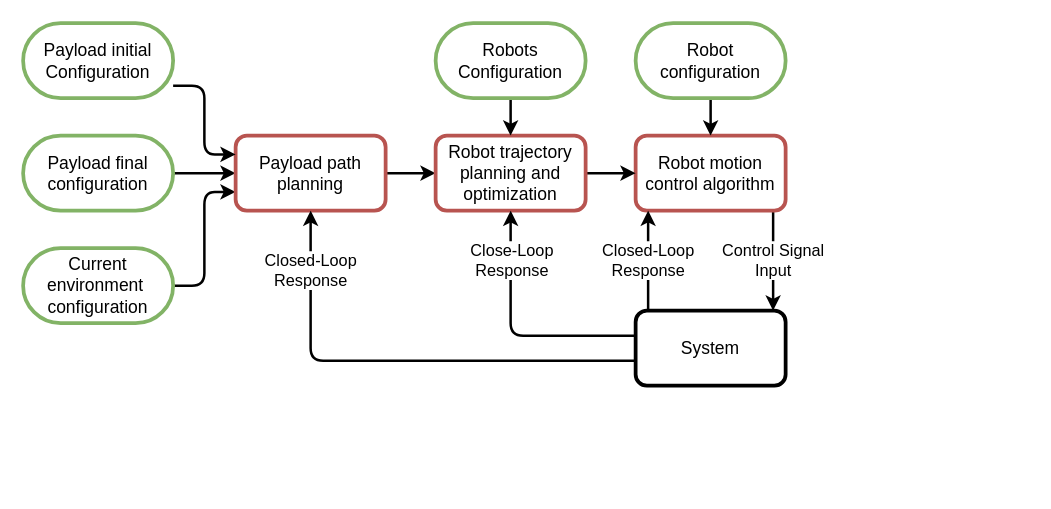
Earlier version of the draw.io diagram report/graphics/Images/Propposed Aproach/System Architecture.drawio (Planning-and-Control-in-Space-Cobot/PIC). Source tidied: cells renumbered, new cells numbered last; positions are measured from the earlier drawing's top-left corner, leaving out a move shared by most shapes. Both pictures are drawn from the tidied source at 125%, with x=0, y=0 at pixel (22, 22).
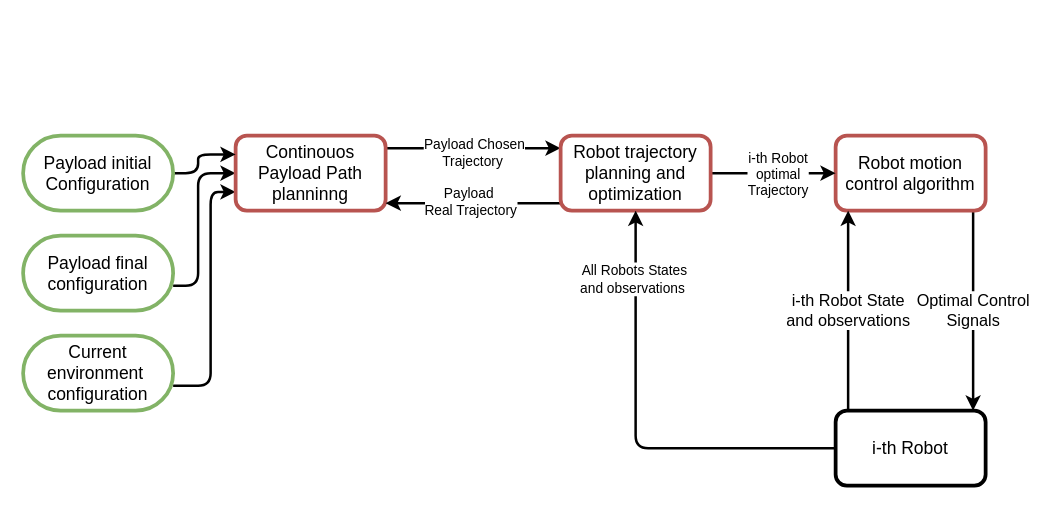
After the change.

What changed in the source:
```diff
@@
-    <mxCell id="2" style="edgeStyle=orthogonalEdgeStyle;html=1;entryX=0;entryY=0.5;entryDx=0;entryDy=0;strokeWidth=2;" parent="1" edge="1" source="3" target="7">
-      <mxGeometry relative="1" as="geometry" />
+    <mxCell id="2" style="edgeStyle=orthogonalEdgeStyle;rounded=1;jettySize=auto;html=1;entryX=0;entryY=0.5;entryDx=0;entryDy=0;curved=0;strokeWidth=2;" parent="1" edge="1" source="3" target="7">
+      <mxGeometry relative="1" as="geometry">
+        <Array as="points">
+          <mxPoint x="140" y="210" />
+          <mxPoint x="140" y="120" />
+        </Array>
+      </mxGeometry>
     </mxCell>
     <mxCell id="3" value="&lt;font style=&quot;font-size: 14px;&quot;&gt;Payload final configuration&lt;/font&gt;" style="rounded=1;whiteSpace=wrap;html=1;arcSize=50;strokeWidth=3;fillColor=#FFFFFF;strokeColor=#82b366;" parent="1" vertex="1">
-      <mxGeometry y="90" width="120" height="60" as="geometry" />
+      <mxGeometry y="170" width="120" height="60" as="geometry" />
     </mxCell>
     <mxCell id="4" style="edgeStyle=orthogonalEdgeStyle;html=1;entryX=0;entryY=0.75;entryDx=0;entryDy=0;strokeWidth=2;" parent="1" edge="1" source="5" target="7">
-      <mxGeometry relative="1" as="geometry" />
+      <mxGeometry relative="1" as="geometry">
+        <Array as="points">
+          <mxPoint x="150" y="290" />
+          <mxPoint x="150" y="135" />
+        </Array>
+      </mxGeometry>
     </mxCell>
     <mxCell id="5" value="&lt;font style=&quot;font-size: 14px;&quot;&gt;Current environment&amp;nbsp;&lt;br&gt;configuration&lt;/font&gt;" style="rounded=1;whiteSpace=wrap;html=1;arcSize=50;strokeWidth=3;fillColor=#FFFFFF;strokeColor=#82b366;" parent="1" vertex="1">
-      <mxGeometry y="180" width="120" height="60" as="geometry" />
+      <mxGeometry y="250" width="120" height="60" as="geometry" />
     </mxCell>
     <mxCell id="6" style="edgeStyle=orthogonalEdgeStyle;html=1;strokeWidth=2;" parent="1" edge="1" source="7" target="11">
-      <mxGeometry relative="1" as="geometry" />
+      <mxGeometry relative="1" as="geometry">
+        <Array as="points">
+          <mxPoint x="310" y="100" />
+          <mxPoint x="310" y="100" />
+        </Array>
+      </mxGeometry>
     </mxCell>
+    <mxCell id="24" value="Payload Chosen&lt;br&gt;Trajectory&amp;nbsp;" style="edgeLabel;html=1;align=center;verticalAlign=middle;" parent="6" vertex="1">
+      <mxGeometry x="-0.03" y="-3" relative="1" as="geometry">
+        <mxPoint x="2" as="offset" />
+      </mxGeometry>
+    </mxCell>
-    <mxCell id="7" value="&lt;font style=&quot;font-size: 14px;&quot;&gt;Payload path planning&lt;/font&gt;" style="rounded=1;whiteSpace=wrap;html=1;strokeWidth=3;fillColor=#FFFFFF;strokeColor=#b85450;" parent="1" vertex="1">
+    <mxCell id="7" value="&lt;span style=&quot;font-size: 14px;&quot;&gt;Continouos Payload Path planninng&lt;/span&gt;" style="rounded=1;whiteSpace=wrap;html=1;strokeWidth=3;fillColor=#FFFFFF;strokeColor=#b85450;" parent="1" vertex="1">
       <mxGeometry x="170" y="90" width="120" height="60" as="geometry" />
     </mxCell>
-    <mxCell id="8" value="&lt;font style=&quot;font-size: 13px;&quot;&gt;Control&amp;nbsp;Signal&lt;br&gt;Input&lt;/font&gt;" style="edgeStyle=orthogonalEdgeStyle;html=1;strokeWidth=2;" parent="1" edge="1" source="9" target="17">
+    <mxCell id="8" value="&lt;span style=&quot;font-size: 13px;&quot;&gt;Optimal Control&lt;br&gt;Signals&lt;br&gt;&lt;/span&gt;" style="edgeStyle=orthogonalEdgeStyle;html=1;strokeWidth=2;" parent="1" edge="1" source="9" target="17">
       <mxGeometry relative="1" as="geometry">
         <Array as="points">
-          <mxPoint x="600" y="210" />
-          <mxPoint x="600" y="210" />
+          <mxPoint x="760" y="210" />
+          <mxPoint x="760" y="210" />
         </Array>
       </mxGeometry>
     </mxCell>
     <mxCell id="9" value="&lt;font style=&quot;font-size: 14px;&quot;&gt;Robot motion control algorithm&lt;/font&gt;" style="rounded=1;whiteSpace=wrap;html=1;strokeWidth=3;fillColor=#FFFFFF;strokeColor=#b85450;" parent="1" vertex="1">
-      <mxGeometry x="490" y="90" width="120" height="60" as="geometry" />
+      <mxGeometry x="650" y="90" width="120" height="60" as="geometry" />
     </mxCell>
-    <mxCell id="10" style="edgeStyle=orthogonalEdgeStyle;html=1;entryX=0;entryY=0.5;entryDx=0;entryDy=0;strokeWidth=2;" parent="1" edge="1" source="11" target="9">
+    <mxCell id="10" style="edgeStyle=orthogonalEdgeStyle;html=1;entryX=0;entryY=0.5;entryDx=0;entryDy=0;strokeWidth=2;exitX=1;exitY=0.5;exitDx=0;exitDy=0;" parent="1" edge="1" source="11" target="9">
       <mxGeometry relative="1" as="geometry" />
     </mxCell>
+    <mxCell id="25" value="i-th Robot &lt;br&gt;optimal&lt;br&gt;Trajectory" style="edgeLabel;html=1;align=center;verticalAlign=middle;" parent="10" vertex="1">
+      <mxGeometry x="-0.29" y="-2" relative="1" as="geometry">
+        <mxPoint x="17" y="-2" as="offset" />
+      </mxGeometry>
+    </mxCell>
+    <mxCell id="26" style="edgeStyle=orthogonalEdgeStyle;rounded=0;orthogonalLoop=1;jettySize=auto;html=1;entryX=1;entryY=0.75;entryDx=0;entryDy=0;strokeWidth=2;exitX=0;exitY=0.75;exitDx=0;exitDy=0;" parent="1" edge="1">
+      <mxGeometry relative="1" as="geometry">
+        <mxPoint x="430" y="144" as="sourcePoint" />
+        <mxPoint x="290" y="144" as="targetPoint" />
+      </mxGeometry>
+    </mxCell>
+    <mxCell id="27" value="Payload&amp;nbsp;&lt;br&gt;Real Trajectory" style="edgeLabel;html=1;align=center;verticalAlign=middle;" parent="26" vertex="1">
+      <mxGeometry x="0.15" y="-2" relative="1" as="geometry">
+        <mxPoint x="8" as="offset" />
+      </mxGeometry>
+    </mxCell>
     <mxCell id="11" value="&lt;font style=&quot;font-size: 14px;&quot;&gt;Robot trajectory planning and optimization&lt;/font&gt;" style="rounded=1;whiteSpace=wrap;html=1;strokeWidth=3;fillColor=#FFFFFF;strokeColor=#b85450;" parent="1" vertex="1">
-      <mxGeometry x="330" y="90" width="120" height="60" as="geometry" />
+      <mxGeometry x="430" y="90" width="120" height="60" as="geometry" />
     </mxCell>
-    <mxCell id="12" value="&lt;font style=&quot;font-size: 13px;&quot;&gt;Closed-Loop&lt;br&gt;Response&lt;/font&gt;" style="edgeStyle=orthogonalEdgeStyle;html=1;strokeWidth=2;" parent="1" edge="1" source="17">
+    <mxCell id="12" value="&lt;span style=&quot;font-size: 13px;&quot;&gt;i-th Robot State&lt;br&gt;and observations&lt;br&gt;&lt;/span&gt;" style="edgeStyle=orthogonalEdgeStyle;html=1;strokeWidth=2;" parent="1" edge="1" source="17">
       <mxGeometry relative="1" as="geometry">
-        <mxPoint x="500" y="150" as="targetPoint" />
+        <mxPoint x="660" y="150" as="targetPoint" />
         <Array as="points">
-          <mxPoint x="500" y="150" />
+          <mxPoint x="660" y="150" />
         </Array>
       </mxGeometry>
     </mxCell>
     <mxCell id="13" style="edgeStyle=orthogonalEdgeStyle;html=1;entryX=0.5;entryY=1;entryDx=0;entryDy=0;strokeWidth=2;" parent="1" edge="1" source="17" target="11">
       <mxGeometry relative="1" as="geometry">
         <Array as="points">
-          <mxPoint x="390" y="250" />
+          <mxPoint x="490" y="340" />
         </Array>
       </mxGeometry>
     </mxCell>
-    <mxCell id="14" value="&lt;font style=&quot;font-size: 13px;&quot;&gt;Close-Loop &lt;br&gt;Response&lt;/font&gt;" style="edgeLabel;html=1;align=center;verticalAlign=middle;" parent="13" vertex="1">
-      <mxGeometry x="0.61" relative="1" as="geometry" />
-    </mxCell>
-    <mxCell id="15" style="edgeStyle=orthogonalEdgeStyle;html=1;entryX=0.5;entryY=1;entryDx=0;entryDy=0;strokeWidth=2;" parent="1" edge="1" source="17" target="7">
-      <mxGeometry relative="1" as="geometry">
-        <Array as="points">
-          <mxPoint x="230" y="270" />
-        </Array>
-      </mxGeometry>
-    </mxCell>
-    <mxCell id="16" value="&lt;font style=&quot;font-size: 13px;&quot;&gt;Closed-Loop&lt;br&gt;&lt;/font&gt;&lt;font style=&quot;font-size: 13px;&quot;&gt;Response&lt;/font&gt;" style="edgeLabel;html=1;align=center;verticalAlign=middle;" parent="15" vertex="1">
-      <mxGeometry x="0.75" y="1" relative="1" as="geometry" />
-    </mxCell>
+    <mxCell id="28" value="All Robots States&lt;br&gt;and observations&amp;nbsp;" style="edgeLabel;html=1;align=center;verticalAlign=middle;" parent="13" vertex="1">
+      <mxGeometry x="0.69" y="2" relative="1" as="geometry" />
+    </mxCell>
-    <mxCell id="17" value="&lt;font style=&quot;font-size: 14px;&quot;&gt;System&lt;/font&gt;" style="rounded=1;whiteSpace=wrap;html=1;strokeWidth=3;" parent="1" vertex="1">
-      <mxGeometry x="490" y="230" width="120" height="60" as="geometry" />
+    <mxCell id="17" value="&lt;span style=&quot;font-size: 14px;&quot;&gt;i-th Robot&lt;/span&gt;" style="rounded=1;whiteSpace=wrap;html=1;strokeWidth=3;" parent="1" vertex="1">
+      <mxGeometry x="650" y="310" width="120" height="60" as="geometry" />
     </mxCell>
-    <mxCell id="18" style="edgeStyle=orthogonalEdgeStyle;html=1;entryX=0;entryY=0.25;entryDx=0;entryDy=0;strokeWidth=2;" parent="1" edge="1" source="19" target="7">
+    <mxCell id="18" style="edgeStyle=orthogonalEdgeStyle;rounded=1;jettySize=auto;html=1;entryX=0;entryY=0.25;entryDx=0;entryDy=0;strokeWidth=2;strokeColor=default;curved=0;" parent="1" edge="1" source="19" target="7">
       <mxGeometry relative="1" as="geometry">
         <Array as="points">
-          <mxPoint x="145" y="50" />
-          <mxPoint x="145" y="105" />
+          <mxPoint x="140" y="120" />
+          <mxPoint x="140" y="105" />
         </Array>
       </mxGeometry>
     </mxCell>
     <mxCell id="19" value="&lt;font style=&quot;font-size: 14px;&quot;&gt;Payload initial Configuration&lt;/font&gt;" style="rounded=1;whiteSpace=wrap;html=1;arcSize=50;strokeWidth=3;fillColor=#FFFFFF;strokeColor=#82b366;" parent="1" vertex="1">
-      <mxGeometry width="120" height="60" as="geometry" />
+      <mxGeometry y="90" width="120" height="60" as="geometry" />
     </mxCell>
-    <mxCell id="20" style="edgeStyle=orthogonalEdgeStyle;html=1;strokeWidth=2;" parent="1" edge="1" source="21" target="11">
-      <mxGeometry relative="1" as="geometry" />
-    </mxCell>
-    <mxCell id="21" value="&lt;span style=&quot;font-size: 14px;&quot;&gt;Robots Configuration&lt;/span&gt;" style="rounded=1;whiteSpace=wrap;html=1;arcSize=50;strokeWidth=3;fillColor=#FFFFFF;strokeColor=#82b366;" parent="1" vertex="1">
-      <mxGeometry x="330" width="120" height="60" as="geometry" />
-    </mxCell>
-    <mxCell id="22" style="edgeStyle=orthogonalEdgeStyle;html=1;strokeWidth=2;" parent="1" edge="1" source="23" target="9">
-      <mxGeometry relative="1" as="geometry" />
-    </mxCell>
-    <mxCell id="23" value="&lt;span style=&quot;font-size: 14px;&quot;&gt;Robot configuration&lt;/span&gt;" style="rounded=1;whiteSpace=wrap;html=1;arcSize=50;strokeWidth=3;fillColor=#FFFFFF;strokeColor=#82b366;" parent="1" vertex="1">
-      <mxGeometry x="490" width="120" height="60" as="geometry" />
-    </mxCell>
```
